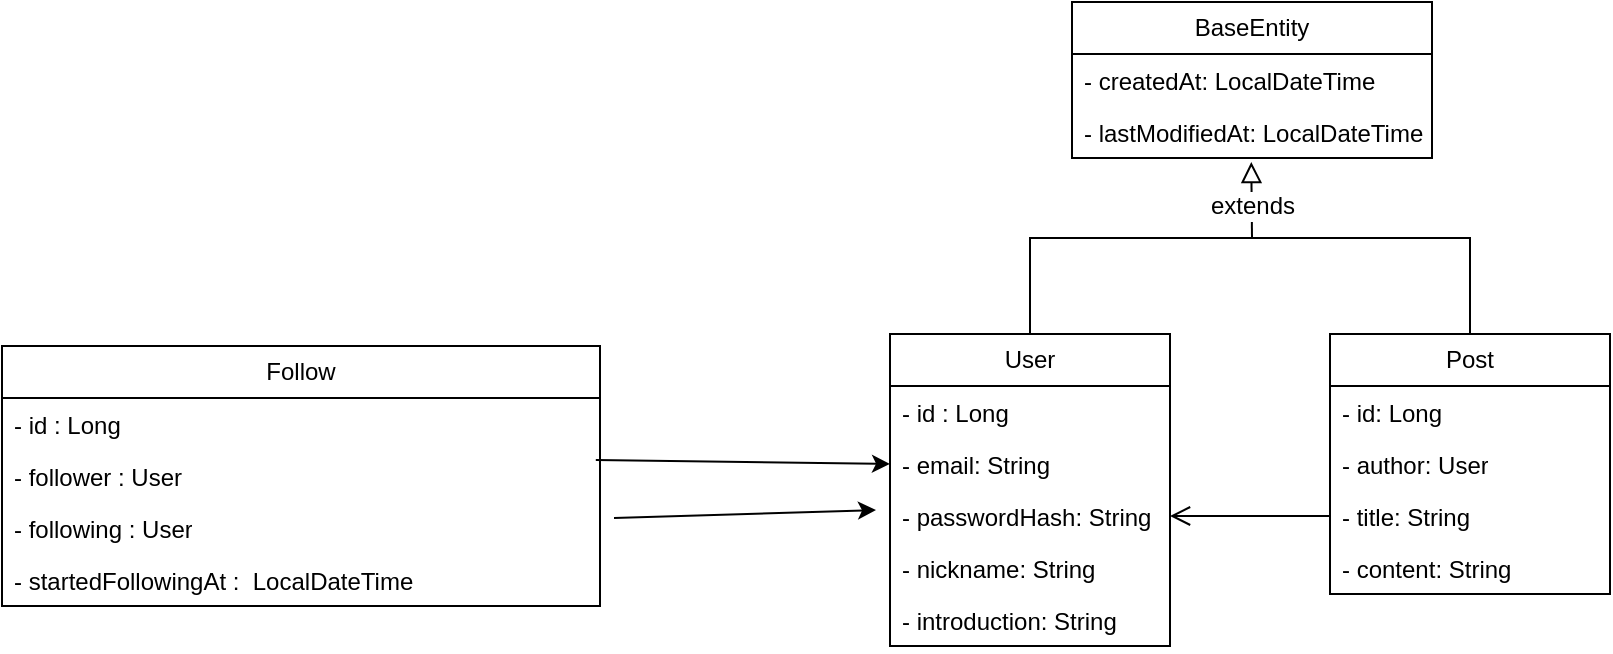
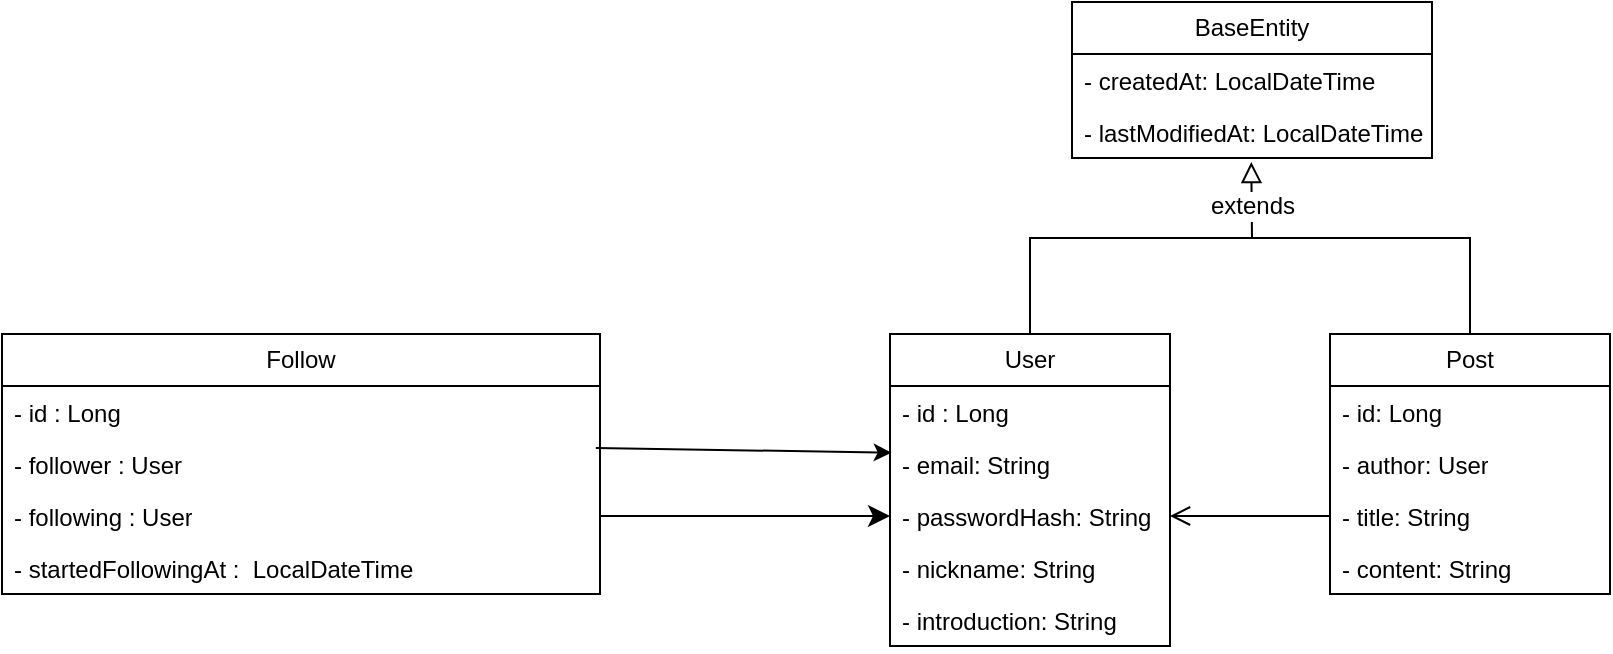
- <mxfile host="drawio-plugin" agent="Mozilla/5.0 (Macintosh; Intel Mac OS X 10_15_7) AppleWebKit/537.36 (KHTML, like Gecko) Chrome/122.0.0.0 Safari/537.36" modified="2025-05-29T05:39:47.074Z" etag="7X87bdNJ9WSAkXWSQJlC" version="22.1.22" type="embed">
-   <diagram name="페이지-1" id="qdJbddIW_9dWHHW8n-yl">
-     <mxGraphModel dx="1928" dy="1064" grid="0" gridSize="10" guides="1" tooltips="1" connect="1" arrows="1" fold="1" page="0" pageScale="1" pageWidth="827" pageHeight="1169" math="0" shadow="0">
+ <mxfile host="app.diagrams.net" agent="Mozilla/5.0 (Windows NT 10.0; Win64; x64) AppleWebKit/537.36 (KHTML, like Gecko) Chrome/136.0.0.0 Safari/537.36" version="27.1.1">
+   <diagram id="BNb3Viy_kqEydpAFblm9" name="페이지-1">
+     <mxGraphModel dx="1826" dy="803" grid="0" gridSize="10" guides="1" tooltips="1" connect="1" arrows="1" fold="1" page="0" pageScale="1" pageWidth="827" pageHeight="1169" math="0" shadow="0">
      <root>
        <mxCell id="0" />
        <mxCell id="1" parent="0" />
-         <mxCell id="TpLILzVWGaebTeJeHiBi-45" style="edgeStyle=elbowEdgeStyle;rounded=0;orthogonalLoop=1;jettySize=auto;html=1;exitX=0.5;exitY=0;exitDx=0;exitDy=0;fontSize=12;startSize=8;endSize=8;endArrow=none;startFill=0;" parent="1" source="TpLILzVWGaebTeJeHiBi-1" target="TpLILzVWGaebTeJeHiBi-38" edge="1">
+         <mxCell id="IMgOFBJibs8HYozait_x-1" style="edgeStyle=elbowEdgeStyle;rounded=0;orthogonalLoop=1;jettySize=auto;html=1;exitX=0.5;exitY=0;exitDx=0;exitDy=0;fontSize=12;startSize=8;endSize=8;endArrow=none;startFill=0;" edge="1" parent="1" source="IMgOFBJibs8HYozait_x-2" target="IMgOFBJibs8HYozait_x-18">
          <mxGeometry relative="1" as="geometry">
            <Array as="points">
-               <mxPoint x="220" y="-94" />
+               <mxPoint x="633" y="368" />
            </Array>
          </mxGeometry>
        </mxCell>
-         <mxCell id="TpLILzVWGaebTeJeHiBi-1" value="Post" style="swimlane;fontStyle=0;childLayout=stackLayout;horizontal=1;startSize=26;fillColor=none;horizontalStack=0;resizeParent=1;resizeParentMax=0;resizeLast=0;collapsible=1;marginBottom=0;whiteSpace=wrap;html=1;" parent="1" vertex="1">
-           <mxGeometry x="150" y="-85" width="140" height="130" as="geometry" />
+         <mxCell id="IMgOFBJibs8HYozait_x-2" value="Post" style="swimlane;fontStyle=0;childLayout=stackLayout;horizontal=1;startSize=26;fillColor=none;horizontalStack=0;resizeParent=1;resizeParentMax=0;resizeLast=0;collapsible=1;marginBottom=0;whiteSpace=wrap;html=1;" vertex="1" parent="1">
+           <mxGeometry x="563" y="377" width="140" height="130" as="geometry" />
        </mxCell>
-         <mxCell id="TpLILzVWGaebTeJeHiBi-2" value="- id: Long&lt;div&gt;&lt;br&gt;&lt;/div&gt;" style="text;strokeColor=none;fillColor=none;align=left;verticalAlign=top;spacingLeft=4;spacingRight=4;overflow=hidden;rotatable=0;points=[[0,0.5],[1,0.5]];portConstraint=eastwest;whiteSpace=wrap;html=1;" parent="TpLILzVWGaebTeJeHiBi-1" vertex="1">
+         <mxCell id="IMgOFBJibs8HYozait_x-3" value="- id: Long&lt;div&gt;&lt;br&gt;&lt;/div&gt;" style="text;strokeColor=none;fillColor=none;align=left;verticalAlign=top;spacingLeft=4;spacingRight=4;overflow=hidden;rotatable=0;points=[[0,0.5],[1,0.5]];portConstraint=eastwest;whiteSpace=wrap;html=1;" vertex="1" parent="IMgOFBJibs8HYozait_x-2">
          <mxGeometry y="26" width="140" height="26" as="geometry" />
        </mxCell>
-         <mxCell id="VlN0SkK0XIcAWpLSKb7j-1" value="&lt;div&gt;- author: User&lt;/div&gt;" style="text;strokeColor=none;fillColor=none;align=left;verticalAlign=top;spacingLeft=4;spacingRight=4;overflow=hidden;rotatable=0;points=[[0,0.5],[1,0.5]];portConstraint=eastwest;whiteSpace=wrap;html=1;" parent="TpLILzVWGaebTeJeHiBi-1" vertex="1">
+         <mxCell id="IMgOFBJibs8HYozait_x-4" value="&lt;div&gt;- author: User&lt;/div&gt;" style="text;strokeColor=none;fillColor=none;align=left;verticalAlign=top;spacingLeft=4;spacingRight=4;overflow=hidden;rotatable=0;points=[[0,0.5],[1,0.5]];portConstraint=eastwest;whiteSpace=wrap;html=1;" vertex="1" parent="IMgOFBJibs8HYozait_x-2">
          <mxGeometry y="52" width="140" height="26" as="geometry" />
        </mxCell>
-         <mxCell id="TpLILzVWGaebTeJeHiBi-3" value="- title: String" style="text;strokeColor=none;fillColor=none;align=left;verticalAlign=top;spacingLeft=4;spacingRight=4;overflow=hidden;rotatable=0;points=[[0,0.5],[1,0.5]];portConstraint=eastwest;whiteSpace=wrap;html=1;" parent="TpLILzVWGaebTeJeHiBi-1" vertex="1">
+         <mxCell id="IMgOFBJibs8HYozait_x-5" value="- title: String" style="text;strokeColor=none;fillColor=none;align=left;verticalAlign=top;spacingLeft=4;spacingRight=4;overflow=hidden;rotatable=0;points=[[0,0.5],[1,0.5]];portConstraint=eastwest;whiteSpace=wrap;html=1;" vertex="1" parent="IMgOFBJibs8HYozait_x-2">
          <mxGeometry y="78" width="140" height="26" as="geometry" />
        </mxCell>
-         <mxCell id="TpLILzVWGaebTeJeHiBi-4" value="- content: String" style="text;strokeColor=none;fillColor=none;align=left;verticalAlign=top;spacingLeft=4;spacingRight=4;overflow=hidden;rotatable=0;points=[[0,0.5],[1,0.5]];portConstraint=eastwest;whiteSpace=wrap;html=1;" parent="TpLILzVWGaebTeJeHiBi-1" vertex="1">
+         <mxCell id="IMgOFBJibs8HYozait_x-6" value="- content: String" style="text;strokeColor=none;fillColor=none;align=left;verticalAlign=top;spacingLeft=4;spacingRight=4;overflow=hidden;rotatable=0;points=[[0,0.5],[1,0.5]];portConstraint=eastwest;whiteSpace=wrap;html=1;" vertex="1" parent="IMgOFBJibs8HYozait_x-2">
          <mxGeometry y="104" width="140" height="26" as="geometry" />
        </mxCell>
-         <mxCell id="TpLILzVWGaebTeJeHiBi-43" style="edgeStyle=elbowEdgeStyle;rounded=0;orthogonalLoop=1;jettySize=auto;html=1;exitX=0.5;exitY=0;exitDx=0;exitDy=0;fontSize=12;startSize=8;endSize=8;endArrow=none;startFill=0;" parent="1" source="TpLILzVWGaebTeJeHiBi-5" target="TpLILzVWGaebTeJeHiBi-38" edge="1">
+         <mxCell id="IMgOFBJibs8HYozait_x-7" style="edgeStyle=elbowEdgeStyle;rounded=0;orthogonalLoop=1;jettySize=auto;html=1;exitX=0.5;exitY=0;exitDx=0;exitDy=0;fontSize=12;startSize=8;endSize=8;endArrow=none;startFill=0;" edge="1" parent="1" source="IMgOFBJibs8HYozait_x-8" target="IMgOFBJibs8HYozait_x-18">
          <mxGeometry relative="1" as="geometry">
            <Array as="points">
-               <mxPoint y="-112" />
+               <mxPoint x="413" y="350" />
            </Array>
          </mxGeometry>
        </mxCell>
-         <mxCell id="TpLILzVWGaebTeJeHiBi-5" value="User" style="swimlane;fontStyle=0;childLayout=stackLayout;horizontal=1;startSize=26;fillColor=none;horizontalStack=0;resizeParent=1;resizeParentMax=0;resizeLast=0;collapsible=1;marginBottom=0;whiteSpace=wrap;html=1;" parent="1" vertex="1">
-           <mxGeometry x="-70" y="-85" width="140" height="156" as="geometry" />
+         <mxCell id="IMgOFBJibs8HYozait_x-8" value="User" style="swimlane;fontStyle=0;childLayout=stackLayout;horizontal=1;startSize=26;fillColor=none;horizontalStack=0;resizeParent=1;resizeParentMax=0;resizeLast=0;collapsible=1;marginBottom=0;whiteSpace=wrap;html=1;" vertex="1" parent="1">
+           <mxGeometry x="343" y="377" width="140" height="156" as="geometry" />
        </mxCell>
-         <mxCell id="TpLILzVWGaebTeJeHiBi-6" value="- id : Long" style="text;strokeColor=none;fillColor=none;align=left;verticalAlign=top;spacingLeft=4;spacingRight=4;overflow=hidden;rotatable=0;points=[[0,0.5],[1,0.5]];portConstraint=eastwest;whiteSpace=wrap;html=1;" parent="TpLILzVWGaebTeJeHiBi-5" vertex="1">
+         <mxCell id="IMgOFBJibs8HYozait_x-9" value="- id : Long" style="text;strokeColor=none;fillColor=none;align=left;verticalAlign=top;spacingLeft=4;spacingRight=4;overflow=hidden;rotatable=0;points=[[0,0.5],[1,0.5]];portConstraint=eastwest;whiteSpace=wrap;html=1;" vertex="1" parent="IMgOFBJibs8HYozait_x-8">
          <mxGeometry y="26" width="140" height="26" as="geometry" />
        </mxCell>
-         <mxCell id="TpLILzVWGaebTeJeHiBi-7" value="- email: String" style="text;strokeColor=none;fillColor=none;align=left;verticalAlign=top;spacingLeft=4;spacingRight=4;overflow=hidden;rotatable=0;points=[[0,0.5],[1,0.5]];portConstraint=eastwest;whiteSpace=wrap;html=1;" parent="TpLILzVWGaebTeJeHiBi-5" vertex="1">
+         <mxCell id="IMgOFBJibs8HYozait_x-10" value="- email: String" style="text;strokeColor=none;fillColor=none;align=left;verticalAlign=top;spacingLeft=4;spacingRight=4;overflow=hidden;rotatable=0;points=[[0,0.5],[1,0.5]];portConstraint=eastwest;whiteSpace=wrap;html=1;" vertex="1" parent="IMgOFBJibs8HYozait_x-8">
          <mxGeometry y="52" width="140" height="26" as="geometry" />
        </mxCell>
-         <mxCell id="TpLILzVWGaebTeJeHiBi-8" value="- passwordHash: String&lt;div&gt;&lt;br&gt;&lt;/div&gt;" style="text;strokeColor=none;fillColor=none;align=left;verticalAlign=top;spacingLeft=4;spacingRight=4;overflow=hidden;rotatable=0;points=[[0,0.5],[1,0.5]];portConstraint=eastwest;whiteSpace=wrap;html=1;" parent="TpLILzVWGaebTeJeHiBi-5" vertex="1">
+         <mxCell id="IMgOFBJibs8HYozait_x-11" value="- passwordHash: String&lt;div&gt;&lt;br&gt;&lt;/div&gt;" style="text;strokeColor=none;fillColor=none;align=left;verticalAlign=top;spacingLeft=4;spacingRight=4;overflow=hidden;rotatable=0;points=[[0,0.5],[1,0.5]];portConstraint=eastwest;whiteSpace=wrap;html=1;" vertex="1" parent="IMgOFBJibs8HYozait_x-8">
          <mxGeometry y="78" width="140" height="26" as="geometry" />
        </mxCell>
-         <mxCell id="TpLILzVWGaebTeJeHiBi-20" value="- nickname: String" style="text;strokeColor=none;fillColor=none;align=left;verticalAlign=top;spacingLeft=4;spacingRight=4;overflow=hidden;rotatable=0;points=[[0,0.5],[1,0.5]];portConstraint=eastwest;whiteSpace=wrap;html=1;" parent="TpLILzVWGaebTeJeHiBi-5" vertex="1">
+         <mxCell id="IMgOFBJibs8HYozait_x-12" value="- nickname: String" style="text;strokeColor=none;fillColor=none;align=left;verticalAlign=top;spacingLeft=4;spacingRight=4;overflow=hidden;rotatable=0;points=[[0,0.5],[1,0.5]];portConstraint=eastwest;whiteSpace=wrap;html=1;" vertex="1" parent="IMgOFBJibs8HYozait_x-8">
          <mxGeometry y="104" width="140" height="26" as="geometry" />
        </mxCell>
-         <mxCell id="TpLILzVWGaebTeJeHiBi-17" value="&lt;div&gt;- introduction: String&lt;/div&gt;" style="text;strokeColor=none;fillColor=none;align=left;verticalAlign=top;spacingLeft=4;spacingRight=4;overflow=hidden;rotatable=0;points=[[0,0.5],[1,0.5]];portConstraint=eastwest;whiteSpace=wrap;html=1;" parent="TpLILzVWGaebTeJeHiBi-5" vertex="1">
+         <mxCell id="IMgOFBJibs8HYozait_x-13" value="&lt;div&gt;- introduction: String&lt;/div&gt;" style="text;strokeColor=none;fillColor=none;align=left;verticalAlign=top;spacingLeft=4;spacingRight=4;overflow=hidden;rotatable=0;points=[[0,0.5],[1,0.5]];portConstraint=eastwest;whiteSpace=wrap;html=1;" vertex="1" parent="IMgOFBJibs8HYozait_x-8">
          <mxGeometry y="130" width="140" height="26" as="geometry" />
        </mxCell>
-         <mxCell id="TpLILzVWGaebTeJeHiBi-21" value="BaseEntity" style="swimlane;fontStyle=0;childLayout=stackLayout;horizontal=1;startSize=26;fillColor=none;horizontalStack=0;resizeParent=1;resizeParentMax=0;resizeLast=0;collapsible=1;marginBottom=0;whiteSpace=wrap;html=1;" parent="1" vertex="1">
-           <mxGeometry x="21" y="-251" width="180" height="78" as="geometry" />
+         <mxCell id="IMgOFBJibs8HYozait_x-14" value="BaseEntity" style="swimlane;fontStyle=0;childLayout=stackLayout;horizontal=1;startSize=26;fillColor=none;horizontalStack=0;resizeParent=1;resizeParentMax=0;resizeLast=0;collapsible=1;marginBottom=0;whiteSpace=wrap;html=1;" vertex="1" parent="1">
+           <mxGeometry x="434" y="211" width="180" height="78" as="geometry" />
        </mxCell>
-         <mxCell id="TpLILzVWGaebTeJeHiBi-22" value="- createdAt: LocalDateTime" style="text;strokeColor=none;fillColor=none;align=left;verticalAlign=top;spacingLeft=4;spacingRight=4;overflow=hidden;rotatable=0;points=[[0,0.5],[1,0.5]];portConstraint=eastwest;whiteSpace=wrap;html=1;" parent="TpLILzVWGaebTeJeHiBi-21" vertex="1">
+         <mxCell id="IMgOFBJibs8HYozait_x-15" value="- createdAt: LocalDateTime" style="text;strokeColor=none;fillColor=none;align=left;verticalAlign=top;spacingLeft=4;spacingRight=4;overflow=hidden;rotatable=0;points=[[0,0.5],[1,0.5]];portConstraint=eastwest;whiteSpace=wrap;html=1;" vertex="1" parent="IMgOFBJibs8HYozait_x-14">
          <mxGeometry y="26" width="180" height="26" as="geometry" />
        </mxCell>
-         <mxCell id="TpLILzVWGaebTeJeHiBi-23" value="- lastModifiedAt: LocalDateTime" style="text;strokeColor=none;fillColor=none;align=left;verticalAlign=top;spacingLeft=4;spacingRight=4;overflow=hidden;rotatable=0;points=[[0,0.5],[1,0.5]];portConstraint=eastwest;whiteSpace=wrap;html=1;" parent="TpLILzVWGaebTeJeHiBi-21" vertex="1">
+         <mxCell id="IMgOFBJibs8HYozait_x-16" value="- lastModifiedAt: LocalDateTime" style="text;strokeColor=none;fillColor=none;align=left;verticalAlign=top;spacingLeft=4;spacingRight=4;overflow=hidden;rotatable=0;points=[[0,0.5],[1,0.5]];portConstraint=eastwest;whiteSpace=wrap;html=1;" vertex="1" parent="IMgOFBJibs8HYozait_x-14">
          <mxGeometry y="52" width="180" height="26" as="geometry" />
        </mxCell>
-         <mxCell id="TpLILzVWGaebTeJeHiBi-37" style="edgeStyle=none;curved=1;rounded=0;orthogonalLoop=1;jettySize=auto;html=1;exitX=0;exitY=0.5;exitDx=0;exitDy=0;entryX=1;entryY=0.5;entryDx=0;entryDy=0;fontSize=12;startSize=8;endSize=8;endArrow=open;endFill=0;" parent="1" source="TpLILzVWGaebTeJeHiBi-3" target="TpLILzVWGaebTeJeHiBi-8" edge="1">
+         <mxCell id="IMgOFBJibs8HYozait_x-17" style="edgeStyle=none;curved=1;rounded=0;orthogonalLoop=1;jettySize=auto;html=1;exitX=0;exitY=0.5;exitDx=0;exitDy=0;entryX=1;entryY=0.5;entryDx=0;entryDy=0;fontSize=12;startSize=8;endSize=8;endArrow=open;endFill=0;" edge="1" parent="1" source="IMgOFBJibs8HYozait_x-5" target="IMgOFBJibs8HYozait_x-11">
          <mxGeometry relative="1" as="geometry" />
        </mxCell>
-         <mxCell id="TpLILzVWGaebTeJeHiBi-38" value="" style="shape=waypoint;sketch=0;size=6;pointerEvents=1;points=[];fillColor=none;resizable=0;rotatable=0;perimeter=centerPerimeter;snapToPoint=1;opacity=0;" parent="1" vertex="1">
-           <mxGeometry x="101" y="-143" width="20" height="20" as="geometry" />
+         <mxCell id="IMgOFBJibs8HYozait_x-18" value="" style="shape=waypoint;sketch=0;size=6;pointerEvents=1;points=[];fillColor=none;resizable=0;rotatable=0;perimeter=centerPerimeter;snapToPoint=1;opacity=0;" vertex="1" parent="1">
+           <mxGeometry x="514" y="319" width="20" height="20" as="geometry" />
        </mxCell>
-         <mxCell id="TpLILzVWGaebTeJeHiBi-46" style="edgeStyle=none;curved=1;rounded=0;orthogonalLoop=1;jettySize=auto;html=1;entryX=0.498;entryY=1.077;entryDx=0;entryDy=0;entryPerimeter=0;fontSize=12;startSize=8;endSize=8;endArrow=block;endFill=0;" parent="1" source="TpLILzVWGaebTeJeHiBi-38" target="TpLILzVWGaebTeJeHiBi-23" edge="1">
+         <mxCell id="IMgOFBJibs8HYozait_x-19" style="edgeStyle=none;curved=1;rounded=0;orthogonalLoop=1;jettySize=auto;html=1;entryX=0.498;entryY=1.077;entryDx=0;entryDy=0;entryPerimeter=0;fontSize=12;startSize=8;endSize=8;endArrow=block;endFill=0;" edge="1" parent="1" source="IMgOFBJibs8HYozait_x-18" target="IMgOFBJibs8HYozait_x-16">
          <mxGeometry relative="1" as="geometry" />
        </mxCell>
-         <mxCell id="TpLILzVWGaebTeJeHiBi-47" value="extends" style="edgeLabel;html=1;align=center;verticalAlign=middle;resizable=0;points=[];fontSize=12;" parent="TpLILzVWGaebTeJeHiBi-46" vertex="1" connectable="0">
+         <mxCell id="IMgOFBJibs8HYozait_x-20" value="extends" style="edgeLabel;html=1;align=center;verticalAlign=middle;resizable=0;points=[];fontSize=12;" vertex="1" connectable="0" parent="IMgOFBJibs8HYozait_x-19">
          <mxGeometry x="-0.1576" relative="1" as="geometry">
            <mxPoint as="offset" />
          </mxGeometry>
        </mxCell>
-         <mxCell id="3" value="Follow" style="swimlane;fontStyle=0;childLayout=stackLayout;horizontal=1;startSize=26;fillColor=none;horizontalStack=0;resizeParent=1;resizeParentMax=0;resizeLast=0;collapsible=1;marginBottom=0;whiteSpace=wrap;html=1;" parent="1" vertex="1">
-           <mxGeometry x="-514" y="-79" width="299" height="130" as="geometry" />
+         <mxCell id="IMgOFBJibs8HYozait_x-21" value="Follow" style="swimlane;fontStyle=0;childLayout=stackLayout;horizontal=1;startSize=26;fillColor=none;horizontalStack=0;resizeParent=1;resizeParentMax=0;resizeLast=0;collapsible=1;marginBottom=0;whiteSpace=wrap;html=1;" vertex="1" parent="1">
+           <mxGeometry x="-101" y="377" width="299" height="130" as="geometry" />
        </mxCell>
-         <mxCell id="4" value="- id : Long&amp;nbsp;" style="text;strokeColor=none;fillColor=none;align=left;verticalAlign=top;spacingLeft=4;spacingRight=4;overflow=hidden;rotatable=0;points=[[0,0.5],[1,0.5]];portConstraint=eastwest;whiteSpace=wrap;html=1;" parent="3" vertex="1">
+         <mxCell id="IMgOFBJibs8HYozait_x-22" value="- id : Long&amp;nbsp;" style="text;strokeColor=none;fillColor=none;align=left;verticalAlign=top;spacingLeft=4;spacingRight=4;overflow=hidden;rotatable=0;points=[[0,0.5],[1,0.5]];portConstraint=eastwest;whiteSpace=wrap;html=1;" vertex="1" parent="IMgOFBJibs8HYozait_x-21">
          <mxGeometry y="26" width="299" height="26" as="geometry" />
        </mxCell>
-         <mxCell id="5" value="- follower : User" style="text;strokeColor=none;fillColor=none;align=left;verticalAlign=top;spacingLeft=4;spacingRight=4;overflow=hidden;rotatable=0;points=[[0,0.5],[1,0.5]];portConstraint=eastwest;whiteSpace=wrap;html=1;" parent="3" vertex="1">
+         <mxCell id="IMgOFBJibs8HYozait_x-23" value="- follower : User" style="text;strokeColor=none;fillColor=none;align=left;verticalAlign=top;spacingLeft=4;spacingRight=4;overflow=hidden;rotatable=0;points=[[0,0.5],[1,0.5]];portConstraint=eastwest;whiteSpace=wrap;html=1;" vertex="1" parent="IMgOFBJibs8HYozait_x-21">
          <mxGeometry y="52" width="299" height="26" as="geometry" />
        </mxCell>
-         <mxCell id="6" value="- following : User" style="text;strokeColor=none;fillColor=none;align=left;verticalAlign=top;spacingLeft=4;spacingRight=4;overflow=hidden;rotatable=0;points=[[0,0.5],[1,0.5]];portConstraint=eastwest;whiteSpace=wrap;html=1;" parent="3" vertex="1">
+         <mxCell id="IMgOFBJibs8HYozait_x-24" value="- following : User" style="text;strokeColor=none;fillColor=none;align=left;verticalAlign=top;spacingLeft=4;spacingRight=4;overflow=hidden;rotatable=0;points=[[0,0.5],[1,0.5]];portConstraint=eastwest;whiteSpace=wrap;html=1;" vertex="1" parent="IMgOFBJibs8HYozait_x-21">
          <mxGeometry y="78" width="299" height="26" as="geometry" />
        </mxCell>
-         <mxCell id="7" value="-&amp;nbsp;startedFollowingAt :&amp;nbsp; LocalDateTime" style="text;strokeColor=none;fillColor=none;align=left;verticalAlign=top;spacingLeft=4;spacingRight=4;overflow=hidden;rotatable=0;points=[[0,0.5],[1,0.5]];portConstraint=eastwest;whiteSpace=wrap;html=1;" parent="3" vertex="1">
+         <mxCell id="IMgOFBJibs8HYozait_x-25" value="-&amp;nbsp;startedFollowingAt :&amp;nbsp; LocalDateTime" style="text;strokeColor=none;fillColor=none;align=left;verticalAlign=top;spacingLeft=4;spacingRight=4;overflow=hidden;rotatable=0;points=[[0,0.5],[1,0.5]];portConstraint=eastwest;whiteSpace=wrap;html=1;" vertex="1" parent="IMgOFBJibs8HYozait_x-21">
          <mxGeometry y="104" width="299" height="26" as="geometry" />
        </mxCell>
-         <mxCell id="13" value="" style="endArrow=classic;html=1;rounded=0;exitX=0.993;exitY=0.192;exitDx=0;exitDy=0;exitPerimeter=0;entryX=0;entryY=0.5;entryDx=0;entryDy=0;" edge="1" parent="1" source="5" target="TpLILzVWGaebTeJeHiBi-7">
+         <mxCell id="IMgOFBJibs8HYozait_x-26" value="" style="endArrow=classic;html=1;rounded=0;exitX=0.993;exitY=0.192;exitDx=0;exitDy=0;exitPerimeter=0;entryX=0.006;entryY=0.282;entryDx=0;entryDy=0;entryPerimeter=0;" edge="1" parent="1" source="IMgOFBJibs8HYozait_x-23" target="IMgOFBJibs8HYozait_x-10">
          <mxGeometry width="50" height="50" relative="1" as="geometry">
-             <mxPoint x="-113" y="-6" as="sourcePoint" />
-             <mxPoint x="-63" y="-56" as="targetPoint" />
+             <mxPoint x="300" y="456" as="sourcePoint" />
+             <mxPoint x="350" y="406" as="targetPoint" />
            <Array as="points" />
          </mxGeometry>
        </mxCell>
-         <mxCell id="16" value="" style="endArrow=classic;html=1;rounded=0;exitX=0.99;exitY=-0.077;exitDx=0;exitDy=0;exitPerimeter=0;" edge="1" parent="1">
-           <mxGeometry width="50" height="50" relative="1" as="geometry">
-             <mxPoint x="-208" y="7" as="sourcePoint" />
-             <mxPoint x="-77" y="3" as="targetPoint" />
-             <Array as="points" />
-           </mxGeometry>
+         <mxCell id="IMgOFBJibs8HYozait_x-28" style="edgeStyle=none;curved=1;rounded=0;orthogonalLoop=1;jettySize=auto;html=1;entryX=0;entryY=0.5;entryDx=0;entryDy=0;fontSize=12;startSize=8;endSize=8;" edge="1" parent="1" source="IMgOFBJibs8HYozait_x-24" target="IMgOFBJibs8HYozait_x-11">
+           <mxGeometry relative="1" as="geometry" />
        </mxCell>
      </root>
    </mxGraphModel>
  </diagram>
</mxfile>
